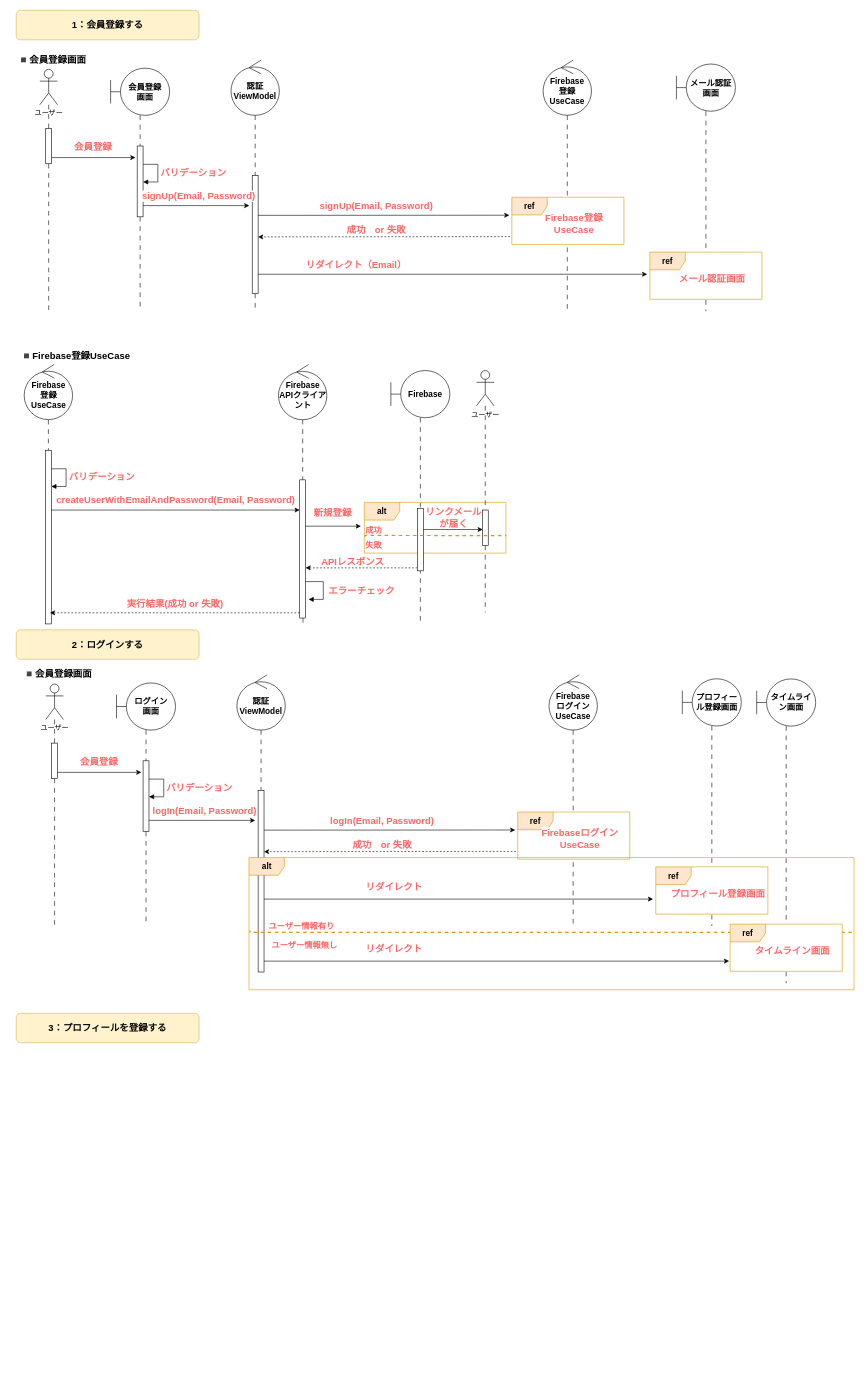
haseryo0403/VenTal keeps this draw.io diagram as page "シーケンス図" (2 of 2) of Technical_Design.drawio. Above is the earlier version. Source tidied: cells renumbered, new cells numbered last; positions are measured from the earlier drawing's top-left corner, leaving out a move shared by most shapes. Both pictures are drawn from the tidied source at 59%, with x=0, y=0 at pixel (10, 10).
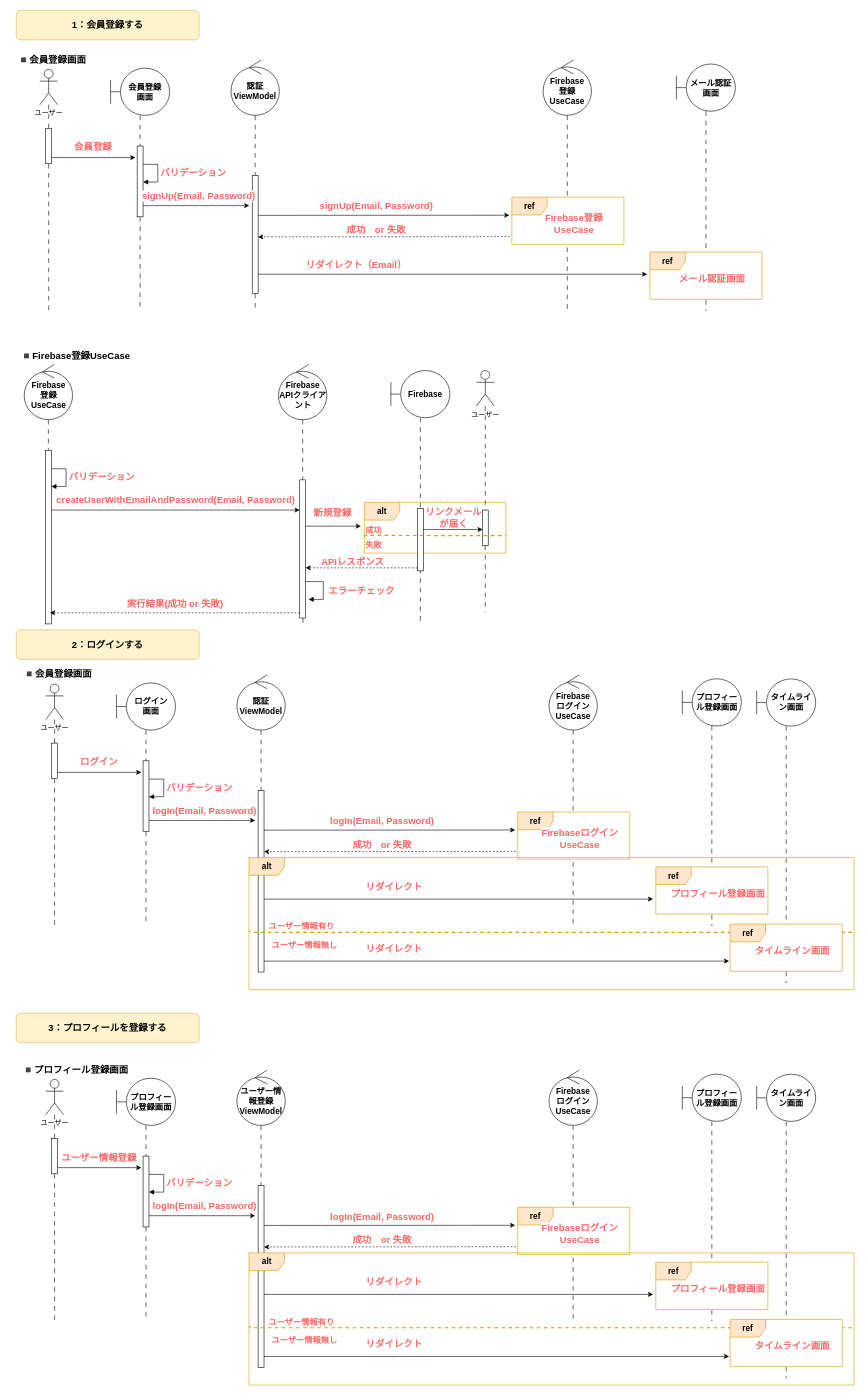
The same page after the edit.

Change to the diagram source:
```diff
@@
-    <mxCell id="89" value="会員登録" style="text;html=1;align=center;verticalAlign=middle;strokeColor=none;fillColor=none;fontFamily=Helvetica;fontSize=16;fontColor=#FF6666;fontStyle=1;labelBackgroundColor=default;" parent="1" vertex="1">
+    <mxCell id="89" value="ログイン" style="text;html=1;align=center;verticalAlign=middle;strokeColor=none;fillColor=none;fontFamily=Helvetica;fontSize=16;fontColor=#FF6666;fontStyle=1;labelBackgroundColor=default;" parent="1" vertex="1">
       <mxGeometry x="105" y="1259" width="90" height="30" as="geometry" />
     </mxCell>
@@
+    <mxCell id="113" style="edgeStyle=none;shape=connector;rounded=0;jettySize=auto;html=1;dashed=1;dashPattern=8 8;strokeColor=default;align=center;verticalAlign=middle;fontFamily=Helvetica;fontSize=14;fontColor=default;fontStyle=1;labelBackgroundColor=default;endArrow=none;endFill=0;" parent="1" edge="1" source="124">
+      <mxGeometry relative="1" as="geometry">
+        <mxPoint x="1189" y="2222" as="targetPoint" />
+      </mxGeometry>
+    </mxCell>
+    <mxCell id="114" value="ref" style="shape=umlFrame;whiteSpace=wrap;html=1;align=center;verticalAlign=middle;fontFamily=Helvetica;fontSize=14;fontStyle=1;labelBackgroundColor=none;fillColor=#ffe6cc;strokeColor=#d79b00;gradientColor=none;swimlaneFillColor=default;" parent="1" vertex="1">
+      <mxGeometry x="1094" y="2121.8" width="190" height="80" as="geometry" />
+    </mxCell>
+    <mxCell id="115" value="◾️プロフィール登録画面" style="text;html=1;align=center;verticalAlign=middle;strokeColor=none;fillColor=none;fontFamily=Helvetica;fontSize=16;fontColor=default;fontStyle=1;labelBackgroundColor=default;" parent="1" vertex="1">
+      <mxGeometry x="10" y="1780" width="200" height="30" as="geometry" />
+    </mxCell>
+    <mxCell id="116" style="edgeStyle=none;shape=connector;rounded=0;jettySize=auto;html=1;strokeColor=default;align=center;verticalAlign=middle;fontFamily=Helvetica;fontSize=14;fontColor=default;fontStyle=1;labelBackgroundColor=default;endArrow=none;endFill=0;dashed=1;dashPattern=8 8;" parent="1" edge="1" source="126">
+      <mxGeometry relative="1" as="geometry">
+        <mxPoint x="75" y="2222" as="targetPoint" />
+      </mxGeometry>
+    </mxCell>
+    <mxCell id="117" value="ユーザー" style="shape=umlActor;verticalLabelPosition=bottom;verticalAlign=top;html=1;" parent="1" vertex="1">
+      <mxGeometry x="60" y="1812" width="30" height="60" as="geometry" />
+    </mxCell>
+    <mxCell id="118" style="edgeStyle=none;shape=connector;rounded=0;jettySize=auto;html=1;dashed=1;dashPattern=8 8;strokeColor=default;align=center;verticalAlign=middle;fontFamily=Helvetica;fontSize=14;fontColor=default;fontStyle=1;labelBackgroundColor=default;endArrow=none;endFill=0;" parent="1" edge="1" source="128">
+      <mxGeometry relative="1" as="geometry">
+        <mxPoint x="230" y="2222" as="targetPoint" />
+      </mxGeometry>
+    </mxCell>
+    <mxCell id="119" value="&lt;div&gt;プロフィール登録画面&lt;/div&gt;" style="shape=umlBoundary;whiteSpace=wrap;html=1;fontSize=14;fontStyle=1;" parent="1" vertex="1">
+      <mxGeometry x="180" y="1810" width="100" height="80" as="geometry" />
+    </mxCell>
+    <mxCell id="120" style="edgeStyle=none;shape=connector;rounded=0;jettySize=auto;html=1;dashed=1;dashPattern=8 8;strokeColor=default;align=center;verticalAlign=middle;fontFamily=Helvetica;fontSize=14;fontColor=default;fontStyle=1;labelBackgroundColor=default;endArrow=none;endFill=0;" parent="1" edge="1" source="130">
+      <mxGeometry relative="1" as="geometry">
+        <mxPoint x="425" y="2222" as="targetPoint" />
+      </mxGeometry>
+    </mxCell>
+    <mxCell id="121" value="&lt;div&gt;ユーザー情報登録&lt;/div&gt;&lt;div&gt;ViewModel&lt;/div&gt;" style="ellipse;shape=umlControl;whiteSpace=wrap;html=1;fontSize=14;fontStyle=1;" parent="1" vertex="1">
+      <mxGeometry x="384" y="1796.3" width="82" height="93.7" as="geometry" />
+    </mxCell>
+    <mxCell id="122" style="edgeStyle=none;shape=connector;rounded=0;jettySize=auto;html=1;dashed=1;dashPattern=8 8;strokeColor=default;align=center;verticalAlign=middle;fontFamily=Helvetica;fontSize=14;fontColor=default;fontStyle=1;labelBackgroundColor=default;endArrow=none;endFill=0;" parent="1" edge="1" source="123">
+      <mxGeometry relative="1" as="geometry">
+        <mxPoint x="954" y="2222" as="targetPoint" />
+      </mxGeometry>
+    </mxCell>
+    <mxCell id="123" value="&lt;div&gt;Firebase&lt;/div&gt;&lt;div&gt;ログイン&lt;/div&gt;UseCase" style="ellipse;shape=umlControl;whiteSpace=wrap;html=1;fontSize=14;fontStyle=1;" parent="1" vertex="1">
+      <mxGeometry x="913" y="1796.2" width="82" height="93.7" as="geometry" />
+    </mxCell>
+    <mxCell id="124" value="プロフィール登録画面" style="shape=umlBoundary;whiteSpace=wrap;html=1;fontSize=14;fontStyle=1;" parent="1" vertex="1">
+      <mxGeometry x="1139" y="1803" width="100" height="80" as="geometry" />
+    </mxCell>
+    <mxCell id="125" style="edgeStyle=none;shape=connector;rounded=0;jettySize=auto;html=1;strokeColor=default;align=center;verticalAlign=middle;fontFamily=Helvetica;fontSize=14;fontColor=default;fontStyle=1;labelBackgroundColor=default;endArrow=none;endFill=0;dashed=1;dashPattern=8 8;" parent="1" edge="1" source="117" target="126">
+      <mxGeometry relative="1" as="geometry" />
+    </mxCell>
+    <mxCell id="126" style="html=1;points=[[0,0,0,0,5],[0,1,0,0,-5],[1,0,0,0,5],[1,1,0,0,-5]];perimeter=orthogonalPerimeter;outlineConnect=0;targetShapes=umlLifeline;portConstraint=eastwest;newEdgeStyle={&quot;curved&quot;:0,&quot;rounded&quot;:0};strokeColor=default;align=center;verticalAlign=middle;fontFamily=Helvetica;fontSize=14;fontColor=default;fontStyle=1;labelBackgroundColor=default;fillColor=default;" parent="1" vertex="1">
+      <mxGeometry x="70" y="1912" width="10" height="60" as="geometry" />
+    </mxCell>
+    <mxCell id="127" style="edgeStyle=none;shape=connector;rounded=0;jettySize=auto;html=1;dashed=1;dashPattern=8 8;strokeColor=default;align=center;verticalAlign=middle;fontFamily=Helvetica;fontSize=14;fontColor=default;fontStyle=1;labelBackgroundColor=default;endArrow=none;endFill=0;" parent="1" edge="1" source="119" target="128">
+      <mxGeometry relative="1" as="geometry" />
+    </mxCell>
+    <mxCell id="128" style="html=1;points=[[0,0,0,0,5],[0,1,0,0,-5],[1,0,0,0,5],[1,1,0,0,-5]];perimeter=orthogonalPerimeter;outlineConnect=0;targetShapes=umlLifeline;portConstraint=eastwest;newEdgeStyle={&quot;curved&quot;:0,&quot;rounded&quot;:0};strokeColor=default;align=center;verticalAlign=middle;fontFamily=Helvetica;fontSize=14;fontColor=default;fontStyle=1;labelBackgroundColor=default;fillColor=default;" parent="1" vertex="1">
+      <mxGeometry x="225" y="1942" width="10" height="120" as="geometry" />
+    </mxCell>
+    <mxCell id="129" style="edgeStyle=none;shape=connector;rounded=0;jettySize=auto;html=1;dashed=1;dashPattern=8 8;strokeColor=default;align=center;verticalAlign=middle;fontFamily=Helvetica;fontSize=14;fontColor=default;fontStyle=1;labelBackgroundColor=default;endArrow=none;endFill=0;" parent="1" edge="1" source="121" target="130">
+      <mxGeometry relative="1" as="geometry" />
+    </mxCell>
+    <mxCell id="130" style="html=1;points=[[0,0,0,0,5],[0,1,0,0,-5],[1,0,0,0,5],[1,1,0,0,-5]];perimeter=orthogonalPerimeter;outlineConnect=0;targetShapes=umlLifeline;portConstraint=eastwest;newEdgeStyle={&quot;curved&quot;:0,&quot;rounded&quot;:0};strokeColor=default;align=center;verticalAlign=middle;fontFamily=Helvetica;fontSize=14;fontColor=default;fontStyle=1;labelBackgroundColor=default;fillColor=default;" parent="1" vertex="1">
+      <mxGeometry x="420" y="1992" width="10" height="308" as="geometry" />
+    </mxCell>
+    <mxCell id="131" style="edgeStyle=none;shape=connector;curved=0;rounded=0;jettySize=auto;html=1;entryX=-0.3;entryY=0.163;entryDx=0;entryDy=0;entryPerimeter=0;strokeColor=default;align=center;verticalAlign=middle;fontFamily=Helvetica;fontSize=14;fontColor=default;fontStyle=1;labelBackgroundColor=default;endArrow=classic;endFill=1;" parent="1" edge="1" source="126" target="128">
+      <mxGeometry relative="1" as="geometry" />
+    </mxCell>
+    <mxCell id="132" value="ユーザー情報登録" style="text;html=1;align=center;verticalAlign=middle;strokeColor=none;fillColor=none;fontFamily=Helvetica;fontSize=16;fontColor=#FF6666;fontStyle=1;labelBackgroundColor=default;" parent="1" vertex="1">
+      <mxGeometry x="75" y="1929" width="150" height="30" as="geometry" />
+    </mxCell>
+    <mxCell id="133" style="html=1;align=left;spacingLeft=2;endArrow=block;rounded=0;edgeStyle=orthogonalEdgeStyle;curved=0;rounded=0;strokeColor=default;verticalAlign=middle;fontFamily=Helvetica;fontSize=14;fontColor=default;fontStyle=1;labelBackgroundColor=default;" parent="1" edge="1" target="128">
+      <mxGeometry relative="1" as="geometry">
+        <mxPoint x="235" y="1973" as="sourcePoint" />
+        <Array as="points">
+          <mxPoint x="260" y="1973" />
+          <mxPoint x="260" y="2003" />
+        </Array>
+      </mxGeometry>
+    </mxCell>
+    <mxCell id="134" value="バリデーション" style="text;html=1;align=center;verticalAlign=middle;strokeColor=none;fillColor=none;fontFamily=Helvetica;fontSize=16;fontColor=#FF6666;fontStyle=1;labelBackgroundColor=default;" parent="1" vertex="1">
+      <mxGeometry x="250" y="1972" width="140" height="30" as="geometry" />
+    </mxCell>
+    <mxCell id="135" style="edgeStyle=none;shape=connector;curved=0;rounded=0;orthogonalLoop=1;jettySize=auto;html=1;entryX=-0.5;entryY=0.2;entryDx=0;entryDy=0;entryPerimeter=0;strokeColor=default;align=center;verticalAlign=middle;fontFamily=Helvetica;fontSize=14;fontColor=default;fontStyle=1;labelBackgroundColor=default;endArrow=classic;endFill=1;" parent="1" edge="1">
+      <mxGeometry relative="1" as="geometry">
+        <mxPoint x="235" y="2043" as="sourcePoint" />
+        <mxPoint x="415" y="2043" as="targetPoint" />
+      </mxGeometry>
+    </mxCell>
+    <mxCell id="136" value="logIn(Email, Password)" style="text;html=1;align=center;verticalAlign=middle;strokeColor=none;fillColor=none;fontFamily=Helvetica;fontSize=16;fontColor=#FF6666;fontStyle=1;labelBackgroundColor=default;" parent="1" vertex="1">
+      <mxGeometry x="234" y="2012" width="190" height="30" as="geometry" />
+    </mxCell>
+    <mxCell id="137" style="edgeStyle=none;shape=connector;curved=0;rounded=0;jettySize=auto;html=1;strokeColor=default;align=center;verticalAlign=middle;fontFamily=Helvetica;fontSize=14;fontColor=default;fontStyle=1;labelBackgroundColor=default;endArrow=classic;endFill=1;dashed=1;exitX=-0.016;exitY=0.834;exitDx=0;exitDy=0;exitPerimeter=0;" parent="1" edge="1" source="138">
+      <mxGeometry relative="1" as="geometry">
+        <mxPoint x="430" y="2096" as="targetPoint" />
+      </mxGeometry>
+    </mxCell>
+    <mxCell id="138" value="ref" style="shape=umlFrame;whiteSpace=wrap;html=1;align=center;verticalAlign=middle;fontFamily=Helvetica;fontSize=14;fontStyle=1;labelBackgroundColor=none;fillColor=#ffe6cc;strokeColor=#d79b00;gradientColor=none;swimlaneFillColor=default;" parent="1" vertex="1">
+      <mxGeometry x="860" y="2028.8" width="190" height="80" as="geometry" />
+    </mxCell>
+    <mxCell id="139" value="Firebaseログイン&lt;br&gt;UseCase" style="text;html=1;align=center;verticalAlign=middle;strokeColor=none;fillColor=none;fontFamily=Helvetica;fontSize=16;fontColor=#FF6666;fontStyle=1;labelBackgroundColor=default;" parent="1" vertex="1">
+      <mxGeometry x="890" y="2048.8" width="150" height="50" as="geometry" />
+    </mxCell>
+    <mxCell id="140" style="edgeStyle=none;shape=connector;curved=0;rounded=0;jettySize=auto;html=1;entryX=-0.022;entryY=0.381;entryDx=0;entryDy=0;entryPerimeter=0;strokeColor=default;align=center;verticalAlign=middle;fontFamily=Helvetica;fontSize=14;fontColor=default;fontStyle=1;labelBackgroundColor=default;endArrow=classic;endFill=1;" parent="1" edge="1" target="138">
+      <mxGeometry relative="1" as="geometry">
+        <mxPoint x="430" y="2059.5" as="sourcePoint" />
+      </mxGeometry>
+    </mxCell>
+    <mxCell id="141" value="プロフィール登録画面" style="text;html=1;align=center;verticalAlign=middle;strokeColor=none;fillColor=none;fontFamily=Helvetica;fontSize=16;fontColor=#FF6666;fontStyle=1;labelBackgroundColor=default;" parent="1" vertex="1">
+      <mxGeometry x="1109" y="2151.8" width="180" height="30" as="geometry" />
+    </mxCell>
+    <mxCell id="142" style="edgeStyle=none;shape=connector;curved=0;rounded=0;orthogonalLoop=1;jettySize=auto;html=1;entryX=-0.024;entryY=0.469;entryDx=0;entryDy=0;entryPerimeter=0;strokeColor=default;align=center;verticalAlign=middle;fontFamily=Helvetica;fontSize=14;fontColor=default;fontStyle=1;labelBackgroundColor=default;endArrow=classic;endFill=1;" parent="1" edge="1">
+      <mxGeometry relative="1" as="geometry">
+        <mxPoint x="430" y="2176.4" as="sourcePoint" />
+        <mxPoint x="1089.4" y="2176.4" as="targetPoint" />
+      </mxGeometry>
+    </mxCell>
+    <mxCell id="143" value="リダイレクト" style="text;html=1;align=center;verticalAlign=middle;strokeColor=none;fillColor=none;fontFamily=Helvetica;fontSize=16;fontColor=#FF6666;fontStyle=1;labelBackgroundColor=none;" parent="1" vertex="1">
+      <mxGeometry x="590" y="2140.2" width="120" height="30" as="geometry" />
+    </mxCell>
+    <mxCell id="144" value="成功　or 失敗" style="text;html=1;align=center;verticalAlign=middle;strokeColor=none;fillColor=none;fontFamily=Helvetica;fontSize=16;fontColor=#FF6666;fontStyle=1;labelBackgroundColor=none;" parent="1" vertex="1">
+      <mxGeometry x="570" y="2068.8" width="120" height="30" as="geometry" />
+    </mxCell>
+    <mxCell id="145" value="logIn(Email, Password)" style="text;html=1;align=center;verticalAlign=middle;strokeColor=none;fillColor=none;fontFamily=Helvetica;fontSize=16;fontColor=#FF6666;fontStyle=1;labelBackgroundColor=none;" parent="1" vertex="1">
+      <mxGeometry x="535" y="2028.8" width="190" height="30" as="geometry" />
+    </mxCell>
+    <mxCell id="146" value="alt" style="shape=umlFrame;whiteSpace=wrap;html=1;align=center;verticalAlign=middle;fontFamily=Helvetica;fontSize=14;fontStyle=1;labelBackgroundColor=none;fillColor=#ffe6cc;strokeColor=#d79b00;gradientColor=none;swimlaneFillColor=none;" parent="1" vertex="1">
+      <mxGeometry x="404.5" y="2106" width="1025.5" height="224" as="geometry" />
+    </mxCell>
+    <mxCell id="147" value="&lt;font color=&quot;#ff6666&quot;&gt;ユーザー&lt;/font&gt;&lt;span style=&quot;color: rgb(255, 102, 102);&quot;&gt;情報無し&lt;/span&gt;" style="endArrow=none;endFill=0;html=1;edgeStyle=orthogonalEdgeStyle;align=left;verticalAlign=top;rounded=0;strokeColor=#d79b00;fontFamily=Helvetica;fontSize=14;fontColor=default;fontStyle=1;labelBackgroundColor=default;curved=0;dashed=1;fillColor=#ffe6cc;strokeWidth=2;entryX=1.002;entryY=0.656;entryDx=0;entryDy=0;entryPerimeter=0;exitX=0.001;exitY=0.657;exitDx=0;exitDy=0;exitPerimeter=0;" parent="1" edge="1">
+      <mxGeometry x="-0.92" y="-7" relative="1" as="geometry">
+        <mxPoint x="406" y="2233.2" as="sourcePoint" />
+        <mxPoint x="1432.5" y="2232.9" as="targetPoint" />
+        <Array as="points">
+          <mxPoint x="406.5" y="2230" />
+          <mxPoint x="406.5" y="2233" />
+        </Array>
+      </mxGeometry>
+    </mxCell>
+    <mxCell id="148" value="ユーザー情報有り" style="edgeLabel;html=1;align=left;verticalAlign=bottom;strokeColor=default;fontFamily=Helvetica;fontSize=14;fontColor=#FF6666;fontStyle=1;labelBackgroundColor=none;fillColor=default;" parent="147" vertex="1">
+      <mxGeometry x="-1" relative="1" as="geometry">
+        <mxPoint x="30" as="offset" />
+      </mxGeometry>
+    </mxCell>
+    <mxCell id="149" style="edgeStyle=none;shape=connector;rounded=0;jettySize=auto;html=1;dashed=1;dashPattern=8 8;strokeColor=default;align=center;verticalAlign=middle;fontFamily=Helvetica;fontSize=14;fontColor=default;fontStyle=1;labelBackgroundColor=default;endArrow=none;endFill=0;" parent="1" edge="1" source="151">
+      <mxGeometry relative="1" as="geometry">
+        <mxPoint x="1315" y="2319" as="targetPoint" />
+      </mxGeometry>
+    </mxCell>
+    <mxCell id="150" value="ref" style="shape=umlFrame;whiteSpace=wrap;html=1;align=center;verticalAlign=middle;fontFamily=Helvetica;fontSize=14;fontStyle=1;labelBackgroundColor=none;fillColor=#ffe6cc;strokeColor=#d79b00;gradientColor=none;swimlaneFillColor=default;" parent="1" vertex="1">
+      <mxGeometry x="1220" y="2218.8" width="190" height="80" as="geometry" />
+    </mxCell>
+    <mxCell id="151" value="タイムライン画面" style="shape=umlBoundary;whiteSpace=wrap;html=1;fontSize=14;fontStyle=1;" parent="1" vertex="1">
+      <mxGeometry x="1265" y="1803.2" width="100" height="80" as="geometry" />
+    </mxCell>
+    <mxCell id="152" value="タイムライン画面" style="text;html=1;align=center;verticalAlign=middle;strokeColor=none;fillColor=none;fontFamily=Helvetica;fontSize=16;fontColor=#FF6666;fontStyle=1;labelBackgroundColor=default;" parent="1" vertex="1">
+      <mxGeometry x="1250" y="2248.8" width="150" height="30" as="geometry" />
+    </mxCell>
+    <mxCell id="153" style="edgeStyle=none;shape=connector;curved=0;rounded=0;jettySize=auto;html=1;entryX=-0.009;entryY=0.784;entryDx=0;entryDy=0;entryPerimeter=0;strokeColor=default;align=center;verticalAlign=middle;fontFamily=Helvetica;fontSize=14;fontColor=default;fontStyle=1;labelBackgroundColor=default;endArrow=classic;endFill=1;" parent="1" edge="1" target="150">
+      <mxGeometry relative="1" as="geometry">
+        <mxPoint x="430" y="2281.5" as="sourcePoint" />
+      </mxGeometry>
+    </mxCell>
+    <mxCell id="154" value="リダイレクト" style="text;html=1;align=center;verticalAlign=middle;strokeColor=none;fillColor=none;fontFamily=Helvetica;fontSize=16;fontColor=#FF6666;fontStyle=1;labelBackgroundColor=none;" parent="1" vertex="1">
+      <mxGeometry x="590" y="2245.3" width="120" height="30" as="geometry" />
+    </mxCell>
```
